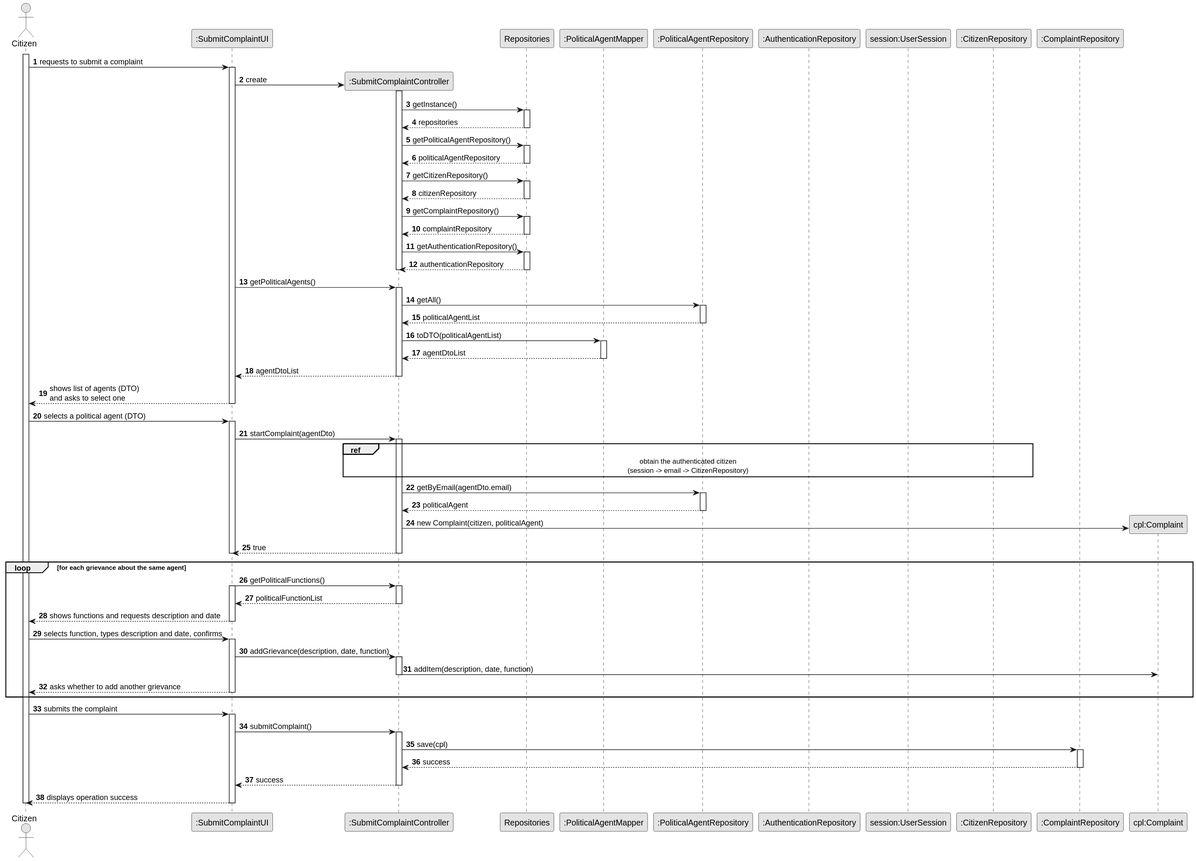
Above: docs/system-documentation/US12/03.design/svg/US12-SD.svg in brunodspinto/crystal-clear-platform (PlantUML), before the change. Its source is kept beside it as docs/system-documentation/US12/03.design/puml/US12-SD.puml.
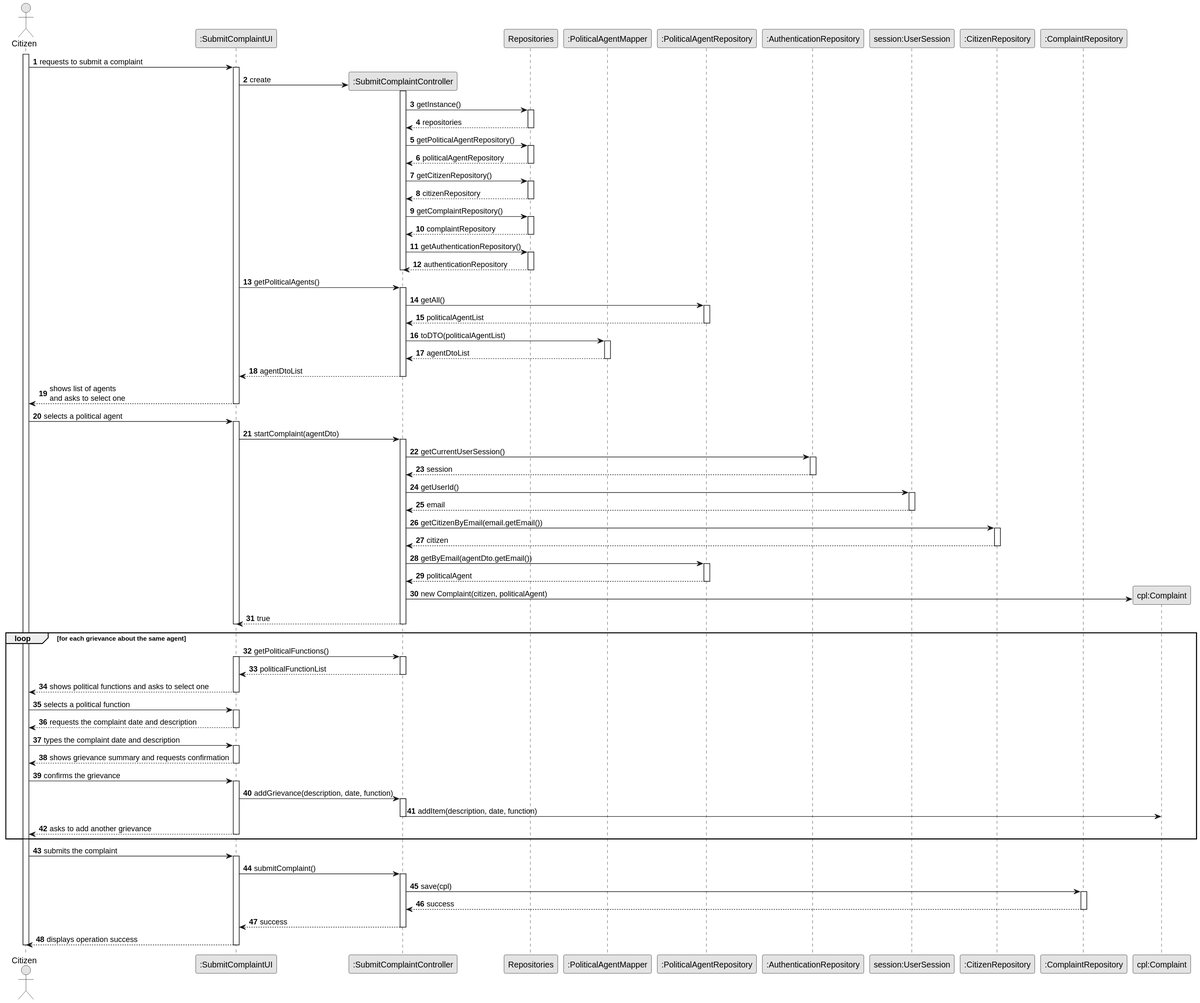
Later version of the same file.

Change to the diagram source:
```diff
@@ -59,19 +59,27 @@
             CTRL --> UI : agentDtoList
         deactivate CTRL
 
-        UI --> C : shows list of agents (DTO)\nand asks to select one
+        UI --> C : shows list of agents \nand asks to select one
     deactivate UI
 
-    C -> UI : selects a political agent (DTO)
+    C -> UI : selects a political agent
     activate UI
 
         UI -> CTRL : startComplaint(agentDto)
         activate CTRL
-            ref over CTRL, AR, SESS, CitR
-                obtain the authenticated citizen
-                (session -> email -> CitizenRepository)
-            end ref
-            CTRL -> PAR : getByEmail(agentDto.email)
+            CTRL -> AR : getCurrentUserSession()
+            activate AR
+                AR --> CTRL : session
+            deactivate AR
+            CTRL -> SESS : getUserId()
+            activate SESS
+                SESS --> CTRL : email
+            deactivate SESS
+            CTRL -> CitR : getCitizenByEmail(email.getEmail())
+            activate CitR
+                CitR --> CTRL : citizen
+            deactivate CitR
+            CTRL -> PAR : getByEmail(agentDto.getEmail())
             activate PAR
                 PAR --> CTRL : politicalAgent
             deactivate PAR
@@ -86,16 +94,26 @@
         activate CTRL
             CTRL --> UI : politicalFunctionList
         deactivate CTRL
-        UI --> C : shows functions and requests description and date
+        UI --> C : shows political functions and asks to select one
         deactivate UI
 
-        C -> UI : selects function, types description and date, confirms
+        C -> UI : selects a political function
+        activate UI
+            UI --> C : requests the complaint date and description
+        deactivate UI
+
+        C -> UI : types the complaint date and description
+        activate UI
+            UI --> C : shows grievance summary and requests confirmation
+        deactivate UI
+
+        C -> UI : confirms the grievance
         activate UI
             UI -> CTRL : addGrievance(description, date, function)
             activate CTRL
                 CTRL -> CPL : addItem(description, date, function)
             deactivate CTRL
-            UI --> C : asks whether to add another grievance
+            UI --> C : asks to add another grievance
         deactivate UI
     end
 
```
